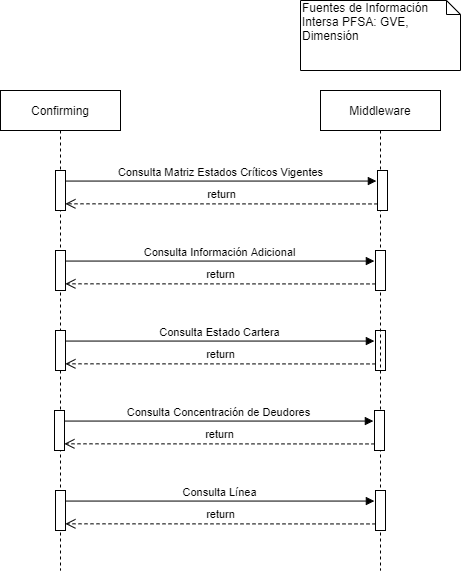
Derivatik/Recursos-Documentacion keeps this draw.io diagram as Confirming/Diagrama_secuencia_middleware_confirming.png. Above is the earlier version. Source tidied: cells renumbered, new cells last; positions are measured from the earlier drawing's top-left corner, leaving out a move shared by most shapes.
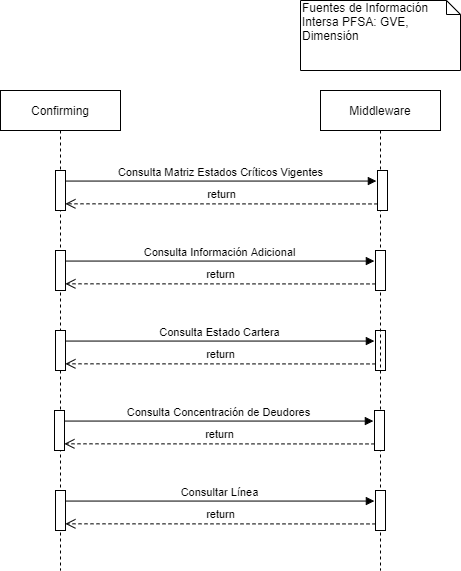
After the commit.

Commit message:
confirming middleware

Diff of the diagram source:
```diff
@@ -44,7 +44,7 @@
     <mxCell id="15" style="html=1;points=[];perimeter=orthogonalPerimeter;" parent="8" vertex="1">
       <mxGeometry x="55" y="400" width="10" height="40" as="geometry" />
     </mxCell>
-    <mxCell id="16" value="Consulta Línea" style="html=1;verticalAlign=bottom;endArrow=block;entryX=-0.114;entryY=0.264;exitX=1;exitY=0.264;exitDx=0;exitDy=0;exitPerimeter=0;entryDx=0;entryDy=0;entryPerimeter=0;" parent="8" edge="1" source="14" target="15">
+    <mxCell id="16" value="Consultar Línea" style="html=1;verticalAlign=bottom;endArrow=block;entryX=-0.114;entryY=0.264;exitX=1;exitY=0.264;exitDx=0;exitDy=0;exitPerimeter=0;entryDx=0;entryDy=0;entryPerimeter=0;" parent="8" edge="1" source="14" target="15">
       <mxGeometry relative="1" as="geometry" />
     </mxCell>
     <mxCell id="17" value="return" style="html=1;verticalAlign=bottom;endArrow=open;dashed=1;endSize=8;exitX=0;exitY=0.836;entryX=0.99;entryY=0.833;entryDx=0;entryDy=0;entryPerimeter=0;exitDx=0;exitDy=0;exitPerimeter=0;" parent="8" edge="1" source="15" target="14">
```
